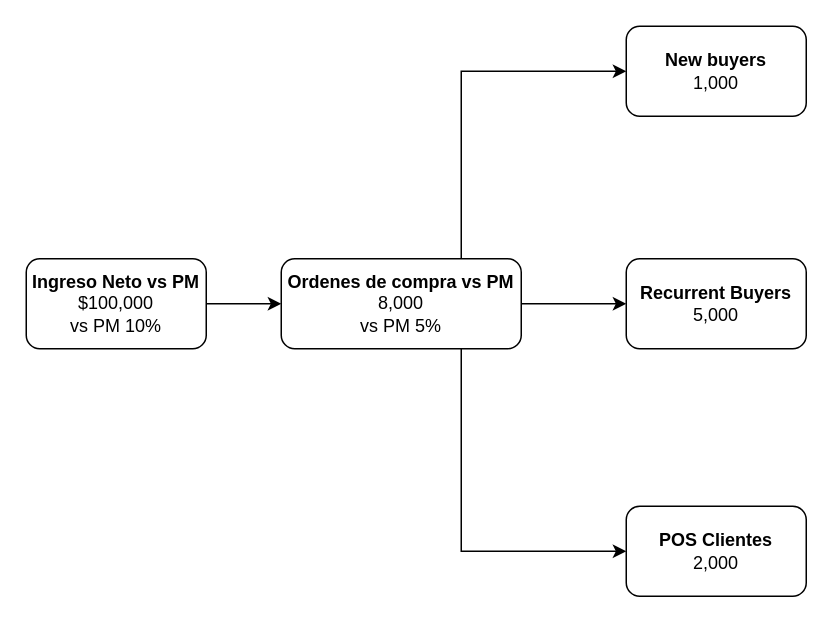
Above: Arbol de Descomposición.drawio in FernandoGaminho/diagrams (draw.io), before the change. Source tidied: cells renumbered, new cells numbered last; positions are measured from the earlier drawing's top-left corner, leaving out a move shared by most shapes. Both pictures are drawn from the tidied source at 150%, with x=0, y=0 at pixel (26, 26).
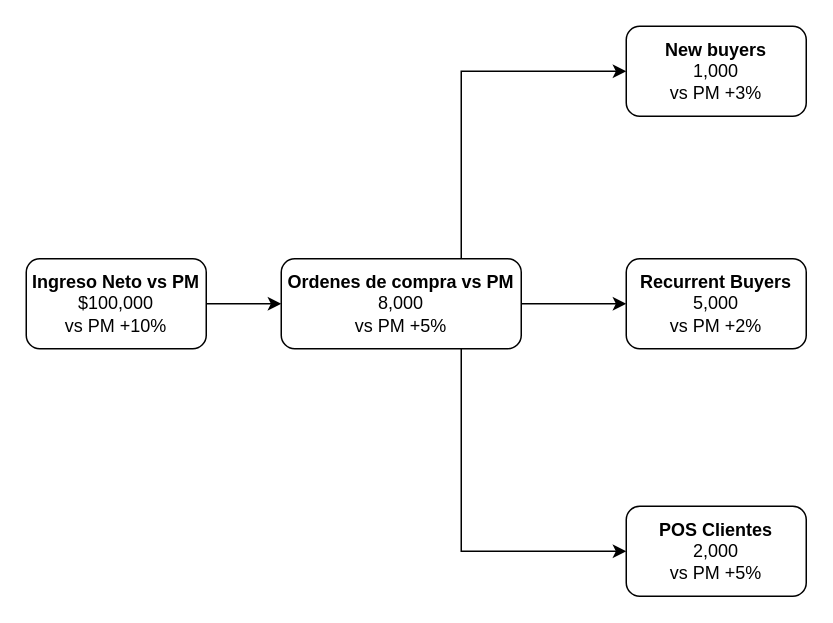
The same page after the edit.

Diff of the diagram source:
```diff
@@
 <mxGraphModel>
   <root>
     <mxCell id="0" />
     <mxCell id="1" parent="0" />
     <mxCell id="2" style="edgeStyle=orthogonalEdgeStyle;rounded=0;jettySize=auto;html=1;exitX=1;exitY=0.5;exitDx=0;exitDy=0;" parent="1" edge="1" source="3" target="7">
       <mxGeometry relative="1" as="geometry" />
     </mxCell>
-    <mxCell id="3" value="&lt;b&gt;Ingreso Neto vs PM&lt;/b&gt;&lt;br&gt;$100,000&lt;br&gt;vs PM 10%" style="rounded=1;whiteSpace=wrap;html=1;" parent="1" vertex="1">
+    <mxCell id="3" value="&lt;b&gt;Ingreso Neto vs PM&lt;/b&gt;&lt;br&gt;$100,000&lt;br&gt;vs PM +10%" style="rounded=1;whiteSpace=wrap;html=1;" parent="1" vertex="1">
       <mxGeometry y="155" width="120" height="60" as="geometry" />
     </mxCell>
     <mxCell id="4" style="edgeStyle=orthogonalEdgeStyle;rounded=0;jettySize=auto;html=1;exitX=1;exitY=0.5;exitDx=0;exitDy=0;" parent="1" edge="1" source="7" target="9">
       <mxGeometry relative="1" as="geometry" />
     </mxCell>
     <mxCell id="5" style="edgeStyle=orthogonalEdgeStyle;rounded=0;jettySize=auto;html=1;exitX=0.75;exitY=0;exitDx=0;exitDy=0;entryX=0;entryY=0.5;entryDx=0;entryDy=0;" parent="1" edge="1" source="7" target="8">
       <mxGeometry relative="1" as="geometry" />
     </mxCell>
     <mxCell id="6" style="edgeStyle=orthogonalEdgeStyle;rounded=0;jettySize=auto;html=1;exitX=0.75;exitY=1;exitDx=0;exitDy=0;entryX=0;entryY=0.5;entryDx=0;entryDy=0;" parent="1" edge="1" source="7" target="10">
       <mxGeometry relative="1" as="geometry" />
     </mxCell>
-    <mxCell id="7" value="&lt;b&gt;Ordenes de compra vs PM&lt;/b&gt;&lt;br&gt;8,000&lt;br&gt;vs PM 5%" style="rounded=1;whiteSpace=wrap;html=1;" parent="1" vertex="1">
+    <mxCell id="7" value="&lt;b&gt;Ordenes de compra vs PM&lt;/b&gt;&lt;br&gt;8,000&lt;br&gt;vs PM +5%" style="rounded=1;whiteSpace=wrap;html=1;" parent="1" vertex="1">
       <mxGeometry x="170" y="155" width="160" height="60" as="geometry" />
     </mxCell>
-    <mxCell id="8" value="&lt;b&gt;New buyers&lt;/b&gt;&lt;br&gt;1,000" style="rounded=1;whiteSpace=wrap;html=1;" parent="1" vertex="1">
+    <mxCell id="8" value="&lt;b&gt;New buyers&lt;/b&gt;&lt;br&gt;1,000&lt;br&gt;vs PM +3%" style="rounded=1;whiteSpace=wrap;html=1;" parent="1" vertex="1">
       <mxGeometry x="400" width="120" height="60" as="geometry" />
     </mxCell>
-    <mxCell id="9" value="&lt;b&gt;Recurrent Buyers&lt;br&gt;&lt;/b&gt;5,000" style="rounded=1;whiteSpace=wrap;html=1;" parent="1" vertex="1">
+    <mxCell id="9" value="&lt;b&gt;Recurrent Buyers&lt;br&gt;&lt;/b&gt;5,000&lt;br&gt;vs PM +2%" style="rounded=1;whiteSpace=wrap;html=1;" parent="1" vertex="1">
       <mxGeometry x="400" y="155" width="120" height="60" as="geometry" />
     </mxCell>
-    <mxCell id="10" value="&lt;b&gt;POS Clientes&lt;br&gt;&lt;/b&gt;2,000" style="rounded=1;whiteSpace=wrap;html=1;" parent="1" vertex="1">
+    <mxCell id="10" value="&lt;b&gt;POS Clientes&lt;br&gt;&lt;/b&gt;2,000&lt;br&gt;vs PM +5%" style="rounded=1;whiteSpace=wrap;html=1;" parent="1" vertex="1">
       <mxGeometry x="400" y="320" width="120" height="60" as="geometry" />
     </mxCell>
   </root>
 </mxGraphModel>
```
